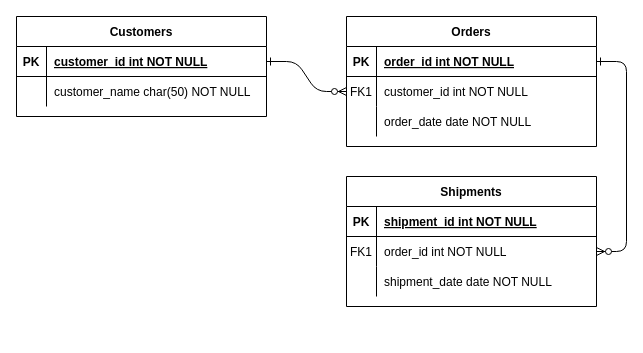
ChesterEucrine/Flask-To-PHP keeps this draw.io diagram as Diagrams/ERD.drawio. Above is the earlier version. Source tidied: cells renumbered, new cells numbered last; positions are measured from the earlier drawing's top-left corner, leaving out a move shared by most shapes. Both pictures are drawn from the tidied source at 100%, with x=0, y=0 at pixel (16, 16).
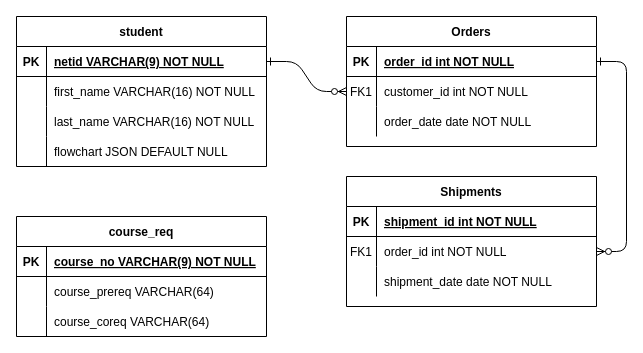
The same page after the edit.

The change refers to these unchanged cells:
```xml
<mxCell id="25" style="shape=partialRectangle;fillColor=none;points=[[0,0.5],[1,0.5]];portConstraint=eastwest;top=0;left=0;right=0;bottom=1;" parent="24" vertex="1">
  <mxGeometry y="30" width="250" height="30" as="geometry" />
</mxCell>
<mxCell id="28" style="shape=partialRectangle;fillColor=none;top=0;left=0;right=0;bottom=0;" parent="24" vertex="1">
  <mxGeometry y="60" width="250" height="30" as="geometry" />
</mxCell>
```

Diff of the diagram source:
```diff
@@
-    <mxCell id="24" value="Customers" style="shape=table;startSize=30;childLayout=tableLayout;rowLines=0;fontStyle=1;align=center;" parent="1" vertex="1">
-      <mxGeometry width="250" height="100" as="geometry" />
+    <mxCell id="24" value="student" style="shape=table;startSize=30;childLayout=tableLayout;rowLines=0;fontStyle=1;align=center;" parent="1" vertex="1">
+      <mxGeometry width="250" height="150" as="geometry" />
     </mxCell>
@@
-    <mxCell id="27" value="customer_id int NOT NULL " style="shape=partialRectangle;overflow=hidden;fillColor=none;top=0;left=0;bottom=0;right=0;align=left;spacingLeft=6;fontStyle=5;" parent="25" vertex="1">
+    <mxCell id="27" value="netid VARCHAR(9) NOT NULL " style="shape=partialRectangle;overflow=hidden;fillColor=none;top=0;left=0;bottom=0;right=0;align=left;spacingLeft=6;fontStyle=5;" parent="25" vertex="1">
       <mxGeometry x="30" width="220" height="30" as="geometry" />
     </mxCell>
@@
-    <mxCell id="30" value="customer_name char(50) NOT NULL" style="shape=partialRectangle;overflow=hidden;fillColor=none;top=0;left=0;bottom=0;right=0;align=left;spacingLeft=6;" parent="28" vertex="1">
+    <mxCell id="30" value="first_name VARCHAR(16) NOT NULL" style="shape=partialRectangle;overflow=hidden;fillColor=none;top=0;left=0;bottom=0;right=0;align=left;spacingLeft=6;" parent="28" vertex="1">
       <mxGeometry x="30" width="220" height="30" as="geometry" />
     </mxCell>
+    <mxCell id="31" style="shape=partialRectangle;fillColor=none;top=0;left=0;right=0;bottom=0;" parent="24" vertex="1">
+      <mxGeometry y="90" width="250" height="30" as="geometry" />
+    </mxCell>
+    <mxCell id="32" style="shape=partialRectangle;overflow=hidden;fillColor=none;top=0;left=0;bottom=0;right=0;" parent="31" vertex="1">
+      <mxGeometry width="30" height="30" as="geometry" />
+    </mxCell>
+    <mxCell id="33" value="last_name VARCHAR(16) NOT NULL" style="shape=partialRectangle;overflow=hidden;fillColor=none;top=0;left=0;bottom=0;right=0;align=left;spacingLeft=6;" parent="31" vertex="1">
+      <mxGeometry x="30" width="220" height="30" as="geometry" />
+    </mxCell>
+    <mxCell id="34" style="shape=partialRectangle;fillColor=none;top=0;left=0;right=0;bottom=0;" parent="24" vertex="1">
+      <mxGeometry y="120" width="250" height="30" as="geometry" />
+    </mxCell>
+    <mxCell id="35" style="shape=partialRectangle;overflow=hidden;fillColor=none;top=0;left=0;bottom=0;right=0;" parent="34" vertex="1">
+      <mxGeometry width="30" height="30" as="geometry" />
+    </mxCell>
+    <mxCell id="36" value="flowchart JSON DEFAULT NULL" style="shape=partialRectangle;overflow=hidden;fillColor=none;top=0;left=0;bottom=0;right=0;align=left;spacingLeft=6;" parent="34" vertex="1">
+      <mxGeometry x="30" width="220" height="30" as="geometry" />
+    </mxCell>
+    <mxCell id="37" value="course_req" style="shape=table;startSize=30;childLayout=tableLayout;rowLines=0;fontStyle=1;align=center;" parent="1" vertex="1">
+      <mxGeometry y="200" width="250" height="120" as="geometry" />
+    </mxCell>
+    <mxCell id="38" style="shape=partialRectangle;fillColor=none;top=0;left=0;right=0;bottom=1;" parent="37" vertex="1">
+      <mxGeometry y="30" width="250" height="30" as="geometry" />
+    </mxCell>
+    <mxCell id="39" value="PK" style="shape=partialRectangle;overflow=hidden;fillColor=none;top=0;left=0;bottom=0;right=0;fontStyle=1;" parent="38" vertex="1">
+      <mxGeometry width="30" height="30" as="geometry" />
+    </mxCell>
+    <mxCell id="40" value="course_no VARCHAR(9) NOT NULL " style="shape=partialRectangle;overflow=hidden;fillColor=none;top=0;left=0;bottom=0;right=0;align=left;spacingLeft=6;fontStyle=5;" parent="38" vertex="1">
+      <mxGeometry x="30" width="220" height="30" as="geometry" />
+    </mxCell>
+    <mxCell id="41" style="shape=partialRectangle;fillColor=none;top=0;left=0;right=0;bottom=0;" parent="37" vertex="1">
+      <mxGeometry y="60" width="250" height="30" as="geometry" />
+    </mxCell>
+    <mxCell id="42" style="shape=partialRectangle;overflow=hidden;fillColor=none;top=0;left=0;bottom=0;right=0;" parent="41" vertex="1">
+      <mxGeometry width="30" height="30" as="geometry" />
+    </mxCell>
+    <mxCell id="43" value="course_prereq VARCHAR(64)" style="shape=partialRectangle;overflow=hidden;fillColor=none;top=0;left=0;bottom=0;right=0;align=left;spacingLeft=6;" parent="41" vertex="1">
+      <mxGeometry x="30" width="220" height="30" as="geometry" />
+    </mxCell>
+    <mxCell id="44" style="shape=partialRectangle;fillColor=none;top=0;left=0;right=0;bottom=0;" parent="37" vertex="1">
+      <mxGeometry y="90" width="250" height="30" as="geometry" />
+    </mxCell>
+    <mxCell id="45" style="shape=partialRectangle;overflow=hidden;fillColor=none;top=0;left=0;bottom=0;right=0;" parent="44" vertex="1">
+      <mxGeometry width="30" height="30" as="geometry" />
+    </mxCell>
+    <mxCell id="46" value="course_coreq VARCHAR(64)" style="shape=partialRectangle;overflow=hidden;fillColor=none;top=0;left=0;bottom=0;right=0;align=left;spacingLeft=6;" parent="44" vertex="1">
+      <mxGeometry x="30" width="220" height="30" as="geometry" />
+    </mxCell>
```
